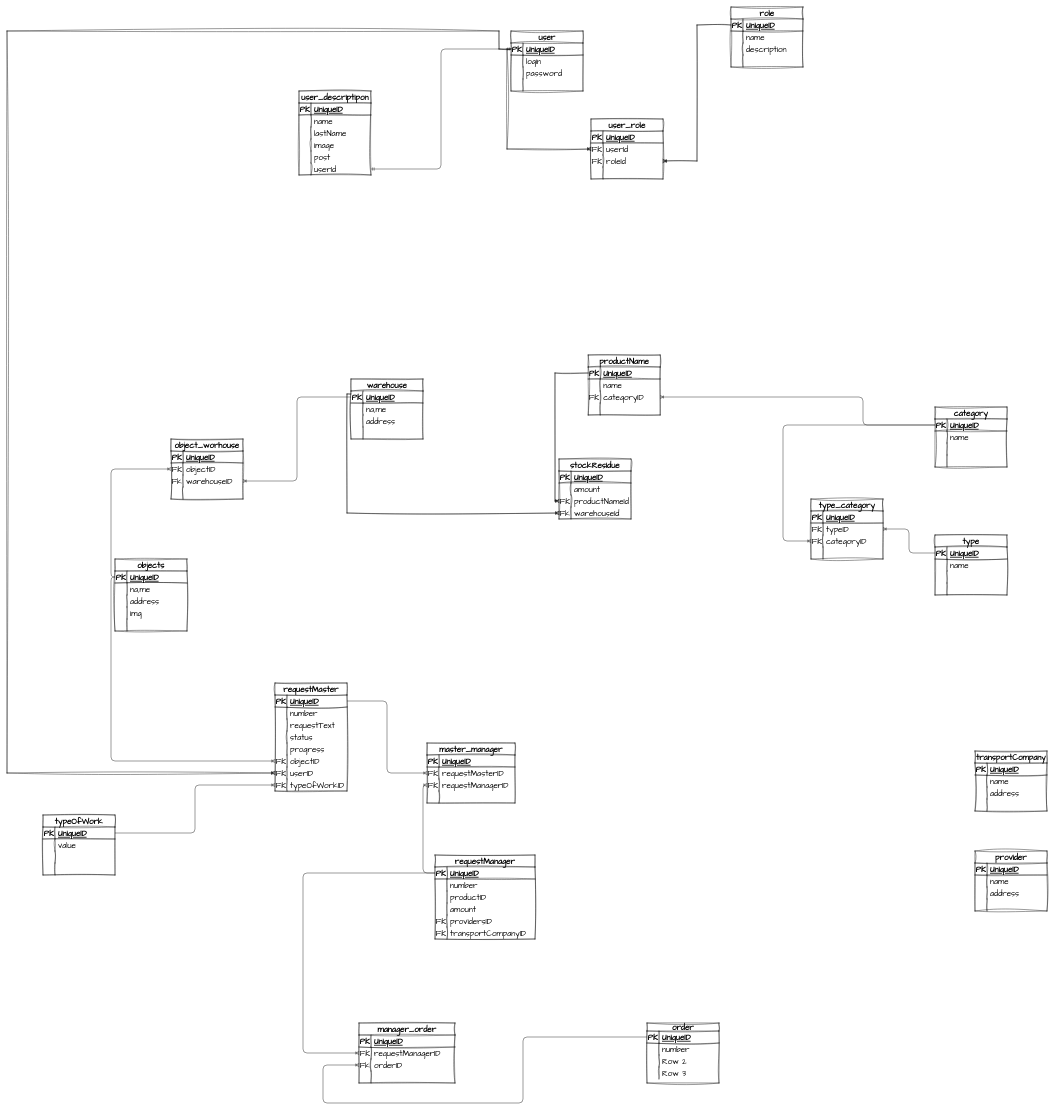
The draw.io diagram diagram.drawio in enot58/crm, before the edit. Source tidied: cells renumbered, new cells numbered last; positions are measured from the earlier drawing's top-left corner, leaving out a move shared by most shapes. Both pictures are drawn from the tidied source at 40%, with x=0, y=0 at pixel (7, 7).
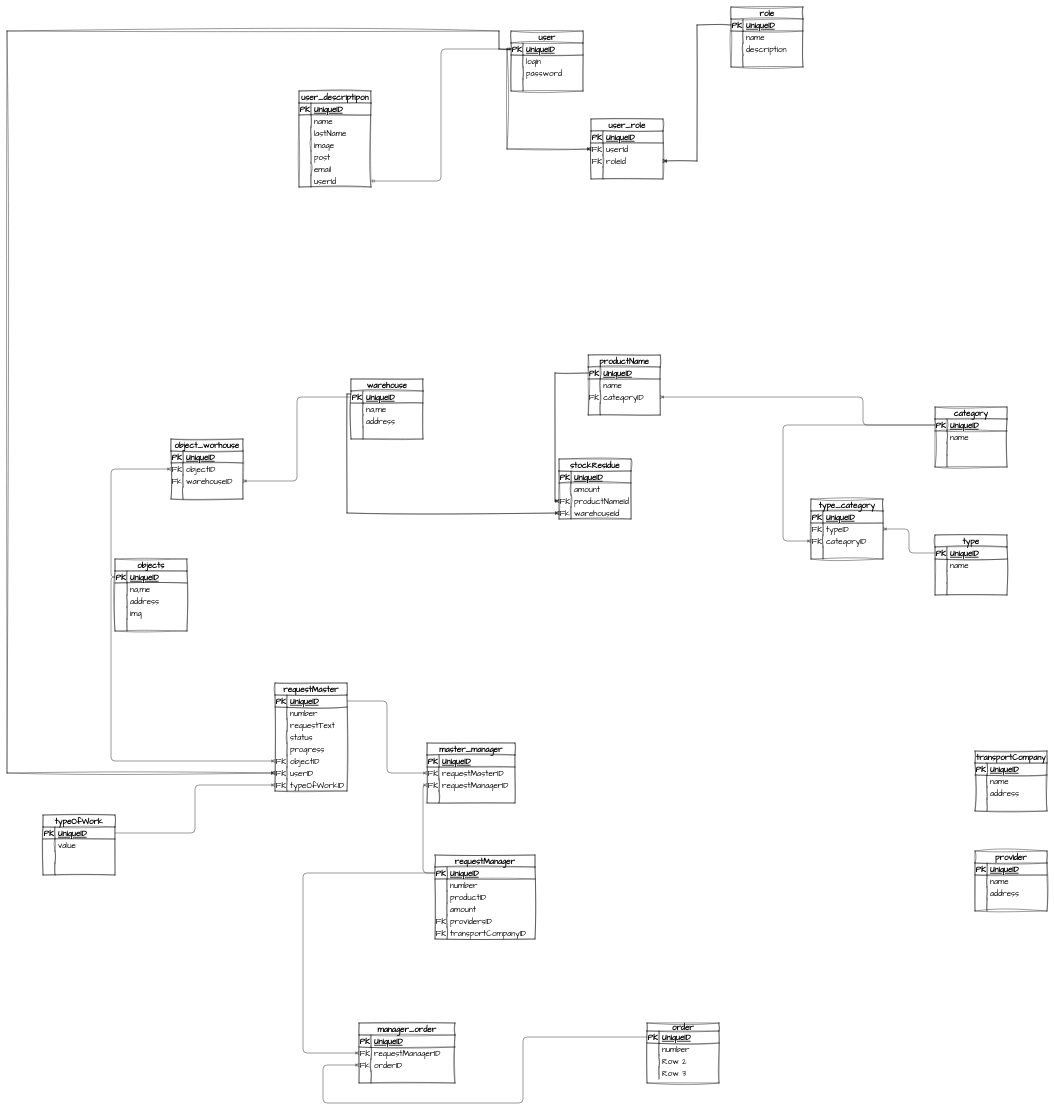
Above is the later version.

What changed in the source:
```diff
@@
     <mxCell id="130" value="user_descriptipon" style="shape=table;startSize=30;childLayout=tableLayout;rowLines=0;fontStyle=1;align=center;sketch=1;hachureGap=4;jiggle=2;curveFitting=1;fontFamily=Architects Daughter;fontSize=20;" parent="1" vertex="1">
-      <mxGeometry x="730" y="210" width="180" height="210" as="geometry" />
+      <mxGeometry x="730" y="210" width="180" height="240" as="geometry" />
     </mxCell>
@@
+    <mxCell id="306" style="shape=tableRow;horizontal=0;startSize=0;swimlaneHead=0;swimlaneBody=0;fillColor=none;top=0;left=0;right=0;bottom=0;sketch=1;hachureGap=4;jiggle=2;curveFitting=1;fontFamily=Architects Daughter;fontSize=20;" parent="130" vertex="1">
+      <mxGeometry y="180" width="180" height="30" as="geometry" />
+    </mxCell>
+    <mxCell id="307" style="shape=partialRectangle;fillColor=none;top=0;left=0;bottom=0;right=0;overflow=hidden;sketch=1;hachureGap=4;jiggle=2;curveFitting=1;fontFamily=Architects Daughter;fontSize=20;" parent="306" vertex="1">
+      <mxGeometry width="30" height="30" as="geometry" />
+    </mxCell>
+    <mxCell id="308" value="email" style="shape=partialRectangle;fillColor=none;top=0;left=0;bottom=0;right=0;align=left;spacingLeft=6;overflow=hidden;sketch=1;hachureGap=4;jiggle=2;curveFitting=1;fontFamily=Architects Daughter;fontSize=20;" parent="306" vertex="1">
+      <mxGeometry x="30" width="150" height="30" as="geometry" />
+    </mxCell>
     <mxCell id="146" style="shape=tableRow;horizontal=0;startSize=0;swimlaneHead=0;swimlaneBody=0;fillColor=none;points=[[0,0.5],[1,0.5]];portConstraint=eastwest;top=0;left=0;right=0;bottom=0;sketch=1;hachureGap=4;jiggle=2;curveFitting=1;fontFamily=Architects Daughter;fontSize=20;" parent="130" vertex="1">
-      <mxGeometry y="180" width="180" height="30" as="geometry" />
+      <mxGeometry y="210" width="180" height="30" as="geometry" />
     </mxCell>
```
